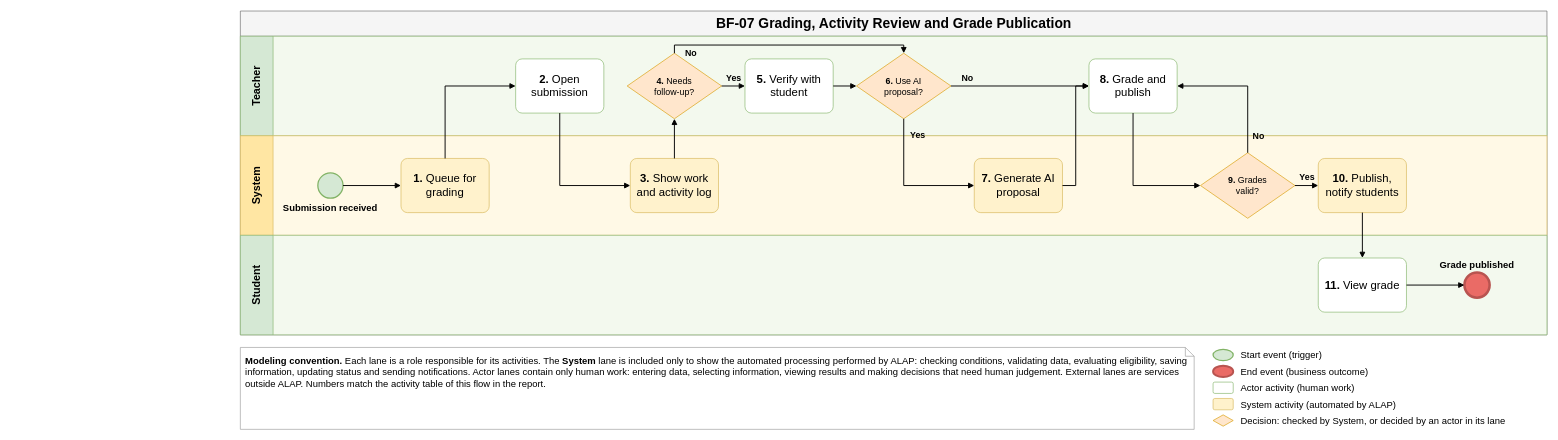
Above: aidlc-docs/inception/main-business-flows/BF-07-Grading-Activity-Review-and-Grade-Publication.drawio in hygef-v4/AI-Powered-Learning-Platform (draw.io), before the change. Source tidied: cells renumbered, new cells numbered last; positions are measured from the earlier drawing's top-left corner, leaving out a move shared by most shapes. Both pictures are drawn from the tidied source at 63%, with x=0, y=0 at pixel (240, 11).
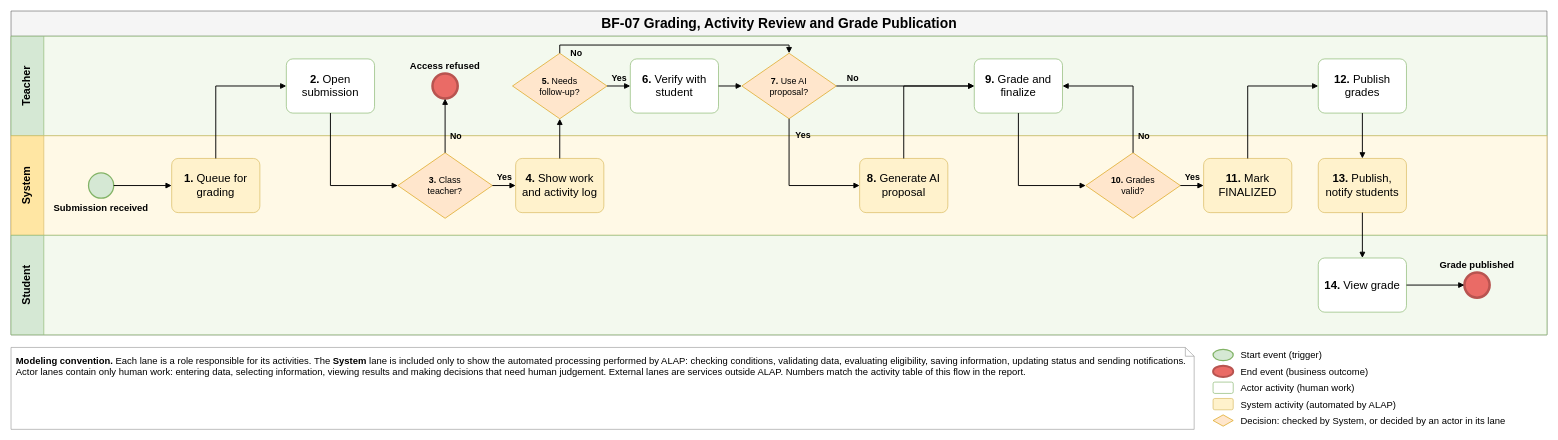
The same page after the edit.

Unchanged cells that the change refers to:
```xml
<mxCell id="7" value="&lt;b&gt;1.&lt;/b&gt; Queue for grading" style="rounded=1;whiteSpace=wrap;html=1;fillColor=#FFF2CC;strokeColor=#D6B656;fontSize=18;spacing=4;arcSize=12;" parent="4" vertex="1">
  <mxGeometry x="255" y="36" width="140" height="86" as="geometry" />
</mxCell>
<mxCell id="8" value="&lt;b&gt;2.&lt;/b&gt; Open submission" style="rounded=1;whiteSpace=wrap;html=1;fillColor=#FFFFFF;strokeColor=#82B366;fontSize=18;spacing=4;arcSize=12;" parent="3" vertex="1">
  <mxGeometry x="437" y="36" width="140" height="86" as="geometry" />
</mxCell>
```

Diff of the diagram source:
```diff
@@
     <mxCell id="2" value="BF-07 Grading, Activity Review and Grade Publication" style="swimlane;horizontal=1;startSize=40;html=1;fontSize=22;fontStyle=1;align=center;verticalAlign=middle;fillColor=#F5F5F5;strokeColor=#666666;" parent="1" vertex="1">
-      <mxGeometry width="2074" height="514" as="geometry" />
+      <mxGeometry x="-364" width="2438" height="514" as="geometry" />
     </mxCell>
     <mxCell id="3" value="Teacher" style="swimlane;startSize=52;horizontal=0;html=1;whiteSpace=wrap;fillColor=#D5E8D4;swimlaneFillColor=#F3F9EE;strokeColor=#82B366;fontSize=17;fontStyle=1;align=center;verticalAlign=middle;spacing=4;" parent="2" vertex="1">
-      <mxGeometry y="40" width="2074" height="158" as="geometry" />
+      <mxGeometry y="40" width="2438" height="158" as="geometry" />
     </mxCell>
     <mxCell id="4" value="System" style="swimlane;startSize=52;horizontal=0;html=1;whiteSpace=wrap;fillColor=#FFE6A3;swimlaneFillColor=#FFF9E6;strokeColor=#D6B656;fontSize=17;fontStyle=1;align=center;verticalAlign=middle;spacing=4;" parent="2" vertex="1">
-      <mxGeometry y="198" width="2074" height="158" as="geometry" />
+      <mxGeometry y="198" width="2438" height="158" as="geometry" />
     </mxCell>
     <mxCell id="5" value="Student" style="swimlane;startSize=52;horizontal=0;html=1;whiteSpace=wrap;fillColor=#D5E8D4;swimlaneFillColor=#F3F9EE;strokeColor=#82B366;fontSize=17;fontStyle=1;align=center;verticalAlign=middle;spacing=4;" parent="2" vertex="1">
-      <mxGeometry y="356" width="2074" height="158" as="geometry" />
+      <mxGeometry y="356" width="2438" height="158" as="geometry" />
     </mxCell>
@@
-    <mxCell id="9" value="&lt;b&gt;3.&lt;/b&gt; Show work and activity log" style="rounded=1;whiteSpace=wrap;html=1;fillColor=#FFF2CC;strokeColor=#D6B656;fontSize=18;spacing=4;arcSize=12;" parent="4" vertex="1">
-      <mxGeometry x="619" y="36" width="140" height="86" as="geometry" />
-    </mxCell>
-    <mxCell id="10" value="&lt;b&gt;4.&lt;/b&gt; Needs follow-up?" style="rhombus;whiteSpace=wrap;html=1;fillColor=#FFE6CC;strokeColor=#D79B00;fontSize=14;spacing=0;spacingLeft=26;spacingRight=26;" parent="3" vertex="1">
-      <mxGeometry x="614" y="27" width="150" height="104" as="geometry" />
-    </mxCell>
-    <mxCell id="11" value="&lt;b&gt;5.&lt;/b&gt; Verify with student" style="rounded=1;whiteSpace=wrap;html=1;fillColor=#FFFFFF;strokeColor=#82B366;fontSize=18;spacing=4;arcSize=12;" parent="3" vertex="1">
-      <mxGeometry x="801" y="36" width="140" height="86" as="geometry" />
-    </mxCell>
-    <mxCell id="12" value="&lt;b&gt;6.&lt;/b&gt; Use AI proposal?" style="rhombus;whiteSpace=wrap;html=1;fillColor=#FFE6CC;strokeColor=#D79B00;fontSize=14;spacing=0;spacingLeft=26;spacingRight=26;" parent="3" vertex="1">
-      <mxGeometry x="978" y="27" width="150" height="104" as="geometry" />
-    </mxCell>
-    <mxCell id="13" value="&lt;b&gt;7.&lt;/b&gt; Generate AI proposal" style="rounded=1;whiteSpace=wrap;html=1;fillColor=#FFF2CC;strokeColor=#D6B656;fontSize=18;spacing=4;arcSize=12;" parent="4" vertex="1">
-      <mxGeometry x="1165" y="36" width="140" height="86" as="geometry" />
-    </mxCell>
+    <mxCell id="45" value="&lt;b&gt;3.&lt;/b&gt; Class teacher?" style="rhombus;whiteSpace=wrap;html=1;fillColor=#FFE6CC;strokeColor=#D79B00;fontSize=14;spacing=0;spacingLeft=26;spacingRight=26;" parent="4" vertex="1">
+      <mxGeometry x="614" y="27" width="150" height="104" as="geometry" />
+    </mxCell>
+    <mxCell id="46" value="&lt;b&gt;4.&lt;/b&gt; Show work and activity log" style="rounded=1;whiteSpace=wrap;html=1;fillColor=#FFF2CC;strokeColor=#D6B656;fontSize=18;spacing=4;arcSize=12;" parent="4" vertex="1">
+      <mxGeometry x="801" y="36" width="140" height="86" as="geometry" />
+    </mxCell>
+    <mxCell id="47" value="&lt;b&gt;5.&lt;/b&gt; Needs follow-up?" style="rhombus;whiteSpace=wrap;html=1;fillColor=#FFE6CC;strokeColor=#D79B00;fontSize=14;spacing=0;spacingLeft=26;spacingRight=26;" parent="3" vertex="1">
+      <mxGeometry x="796" y="27" width="150" height="104" as="geometry" />
+    </mxCell>
+    <mxCell id="48" value="&lt;b&gt;6.&lt;/b&gt; Verify with student" style="rounded=1;whiteSpace=wrap;html=1;fillColor=#FFFFFF;strokeColor=#82B366;fontSize=18;spacing=4;arcSize=12;" parent="3" vertex="1">
+      <mxGeometry x="983" y="36" width="140" height="86" as="geometry" />
+    </mxCell>
+    <mxCell id="49" value="&lt;b&gt;7.&lt;/b&gt; Use AI proposal?" style="rhombus;whiteSpace=wrap;html=1;fillColor=#FFE6CC;strokeColor=#D79B00;fontSize=14;spacing=0;spacingLeft=26;spacingRight=26;" parent="3" vertex="1">
+      <mxGeometry x="1160" y="27" width="150" height="104" as="geometry" />
+    </mxCell>
-    <mxCell id="14" value="&lt;b&gt;8.&lt;/b&gt; Grade and publish" style="rounded=1;whiteSpace=wrap;html=1;fillColor=#FFFFFF;strokeColor=#82B366;fontSize=18;spacing=4;arcSize=12;" parent="3" vertex="1">
+    <mxCell id="14" value="&lt;b&gt;8.&lt;/b&gt; Generate AI proposal" style="rounded=1;whiteSpace=wrap;html=1;fillColor=#FFF2CC;strokeColor=#D6B656;fontSize=18;spacing=4;arcSize=12;" parent="4" vertex="1">
       <mxGeometry x="1347" y="36" width="140" height="86" as="geometry" />
     </mxCell>
-    <mxCell id="15" value="&lt;b&gt;9.&lt;/b&gt; Grades valid?" style="rhombus;whiteSpace=wrap;html=1;fillColor=#FFE6CC;strokeColor=#D79B00;fontSize=14;spacing=0;spacingLeft=26;spacingRight=26;" parent="4" vertex="1">
-      <mxGeometry x="1524" y="27" width="150" height="104" as="geometry" />
-    </mxCell>
-    <mxCell id="16" value="&lt;b&gt;10.&lt;/b&gt; Publish, notify students" style="rounded=1;whiteSpace=wrap;html=1;fillColor=#FFF2CC;strokeColor=#D6B656;fontSize=18;spacing=4;arcSize=12;" parent="4" vertex="1">
-      <mxGeometry x="1711" y="36" width="140" height="86" as="geometry" />
-    </mxCell>
+    <mxCell id="50" value="&lt;b&gt;9.&lt;/b&gt; Grade and finalize" style="rounded=1;whiteSpace=wrap;html=1;fillColor=#FFFFFF;strokeColor=#82B366;fontSize=18;spacing=4;arcSize=12;" parent="3" vertex="1">
+      <mxGeometry x="1529" y="36" width="140" height="86" as="geometry" />
+    </mxCell>
+    <mxCell id="51" value="&lt;b&gt;10.&lt;/b&gt; Grades valid?" style="rhombus;whiteSpace=wrap;html=1;fillColor=#FFE6CC;strokeColor=#D79B00;fontSize=14;spacing=0;spacingLeft=26;spacingRight=26;" parent="4" vertex="1">
+      <mxGeometry x="1706" y="27" width="150" height="104" as="geometry" />
+    </mxCell>
-    <mxCell id="17" value="&lt;b&gt;11.&lt;/b&gt; View grade" style="rounded=1;whiteSpace=wrap;html=1;fillColor=#FFFFFF;strokeColor=#82B366;fontSize=18;spacing=4;arcSize=12;" parent="5" vertex="1">
-      <mxGeometry x="1711" y="36" width="140" height="86" as="geometry" />
+    <mxCell id="17" value="&lt;b&gt;11.&lt;/b&gt; Mark FINALIZED" style="rounded=1;whiteSpace=wrap;html=1;fillColor=#FFF2CC;strokeColor=#D6B656;fontSize=18;spacing=4;arcSize=12;" parent="4" vertex="1">
+      <mxGeometry x="1893" y="36" width="140" height="86" as="geometry" />
     </mxCell>
+    <mxCell id="52" value="&lt;b&gt;12.&lt;/b&gt; Publish grades" style="rounded=1;whiteSpace=wrap;html=1;fillColor=#FFFFFF;strokeColor=#82B366;fontSize=18;spacing=4;arcSize=12;" parent="3" vertex="1">
+      <mxGeometry x="2075" y="36" width="140" height="86" as="geometry" />
+    </mxCell>
+    <mxCell id="53" value="&lt;b&gt;13.&lt;/b&gt; Publish, notify students" style="rounded=1;whiteSpace=wrap;html=1;fillColor=#FFF2CC;strokeColor=#D6B656;fontSize=18;spacing=4;arcSize=12;" parent="4" vertex="1">
+      <mxGeometry x="2075" y="36" width="140" height="86" as="geometry" />
+    </mxCell>
+    <mxCell id="54" value="&lt;b&gt;14.&lt;/b&gt; View grade" style="rounded=1;whiteSpace=wrap;html=1;fillColor=#FFFFFF;strokeColor=#82B366;fontSize=18;spacing=4;arcSize=12;" parent="5" vertex="1">
+      <mxGeometry x="2075" y="36" width="140" height="86" as="geometry" />
+    </mxCell>
+    <mxCell id="55" value="Access refused" style="ellipse;html=1;fillColor=#EA6B66;strokeColor=#B85450;strokeWidth=4;fontStyle=1;fontSize=15;whiteSpace=wrap;labelWidth=170;verticalLabelPosition=top;verticalAlign=bottom;labelPosition=center;align=center;" parent="3" vertex="1">
+      <mxGeometry x="669" y="59" width="40" height="40" as="geometry" />
+    </mxCell>
     <mxCell id="18" value="Grade published" style="ellipse;html=1;fillColor=#EA6B66;strokeColor=#B85450;strokeWidth=4;fontStyle=1;fontSize=15;whiteSpace=wrap;labelWidth=170;verticalLabelPosition=top;verticalAlign=bottom;labelPosition=center;align=center;" parent="5" vertex="1">
-      <mxGeometry x="1943" y="59" width="40" height="40" as="geometry" />
+      <mxGeometry x="2307" y="59" width="40" height="40" as="geometry" />
     </mxCell>
@@
     <mxCell id="20" style="edgeStyle=none;rounded=0;html=1;endArrow=block;endFill=1;strokeWidth=1.5;labelBackgroundColor=none;fontSize=14;fontStyle=1;align=center;exitX=0.5;exitY=0;exitDx=0;exitDy=0;entryX=0;entryY=0.5;entryDx=0;entryDy=0;" parent="1" edge="1" source="7" target="8">
       <mxGeometry relative="1" as="geometry">
         <Array as="points">
-          <mxPoint x="325" y="119" />
+          <mxPoint x="-39" y="119" />
         </Array>
       </mxGeometry>
     </mxCell>
-    <mxCell id="21" style="edgeStyle=none;rounded=0;html=1;endArrow=block;endFill=1;strokeWidth=1.5;labelBackgroundColor=none;fontSize=14;fontStyle=1;align=center;exitX=0.5;exitY=1;exitDx=0;exitDy=0;entryX=0;entryY=0.5;entryDx=0;entryDy=0;" parent="1" edge="1" source="8" target="9">
+    <mxCell id="21" style="edgeStyle=none;rounded=0;html=1;endArrow=block;endFill=1;strokeWidth=1.5;labelBackgroundColor=none;fontSize=14;fontStyle=1;align=center;exitX=0.5;exitY=1;exitDx=0;exitDy=0;entryX=0;entryY=0.5;entryDx=0;entryDy=0;" parent="1" edge="1" source="8" target="45">
       <mxGeometry relative="1" as="geometry">
         <Array as="points">
-          <mxPoint x="507" y="277" />
+          <mxPoint x="143" y="277" />
         </Array>
       </mxGeometry>
     </mxCell>
-    <mxCell id="22" style="edgeStyle=none;rounded=0;html=1;endArrow=block;endFill=1;strokeWidth=1.5;labelBackgroundColor=none;fontSize=14;fontStyle=1;align=center;exitX=0.5;exitY=0;exitDx=0;exitDy=0;entryX=0.5;entryY=1;entryDx=0;entryDy=0;" parent="1" edge="1" source="9" target="10">
-      <mxGeometry relative="1" as="geometry" />
+    <mxCell id="22" value="No" style="edgeStyle=none;rounded=0;html=1;endArrow=block;endFill=1;strokeWidth=1.5;labelBackgroundColor=none;fontSize=14;fontStyle=1;align=center;exitX=0.5;exitY=0;exitDx=0;exitDy=0;entryX=0.5;entryY=1;entryDx=0;entryDy=0;" parent="1" edge="1" source="45" target="55">
+      <mxGeometry x="-0.4" relative="1" as="geometry">
+        <mxPoint x="17" as="offset" />
+      </mxGeometry>
     </mxCell>
-    <mxCell id="23" value="Yes" style="edgeStyle=none;rounded=0;html=1;endArrow=block;endFill=1;strokeWidth=1.5;labelBackgroundColor=none;fontSize=14;fontStyle=1;align=center;exitX=1;exitY=0.5;exitDx=0;exitDy=0;entryX=0;entryY=0.5;entryDx=0;entryDy=0;" parent="1" edge="1" source="10" target="11">
+    <mxCell id="23" value="Yes" style="edgeStyle=none;rounded=0;html=1;endArrow=block;endFill=1;strokeWidth=1.5;labelBackgroundColor=none;fontSize=14;fontStyle=1;align=center;exitX=1;exitY=0.5;exitDx=0;exitDy=0;entryX=0;entryY=0.5;entryDx=0;entryDy=0;" parent="1" edge="1" source="45" target="46">
       <mxGeometry relative="1" as="geometry">
         <mxPoint y="-13" as="offset" />
       </mxGeometry>
     </mxCell>
-    <mxCell id="24" style="edgeStyle=none;rounded=0;html=1;endArrow=block;endFill=1;strokeWidth=1.5;labelBackgroundColor=none;fontSize=14;fontStyle=1;align=center;exitX=1;exitY=0.5;exitDx=0;exitDy=0;entryX=0;entryY=0.5;entryDx=0;entryDy=0;" parent="1" edge="1" source="11" target="12">
+    <mxCell id="24" style="edgeStyle=none;rounded=0;html=1;endArrow=block;endFill=1;strokeWidth=1.5;labelBackgroundColor=none;fontSize=14;fontStyle=1;align=center;exitX=0.5;exitY=0;exitDx=0;exitDy=0;entryX=0.5;entryY=1;entryDx=0;entryDy=0;" parent="1" edge="1" source="46" target="47">
       <mxGeometry relative="1" as="geometry" />
     </mxCell>
-    <mxCell id="25" value="No" style="edgeStyle=none;rounded=0;html=1;endArrow=block;endFill=1;strokeWidth=1.5;labelBackgroundColor=none;fontSize=14;fontStyle=1;align=center;exitX=0.5;exitY=0;exitDx=0;exitDy=0;entryX=0.5;entryY=0;entryDx=0;entryDy=0;" parent="1" edge="1" source="10" target="12">
-      <mxGeometry x="-0.8" relative="1" as="geometry">
-        <Array as="points">
-          <mxPoint x="689" y="54" />
-          <mxPoint x="1053" y="54" />
-        </Array>
-        <mxPoint y="13" as="offset" />
+    <mxCell id="25" value="Yes" style="edgeStyle=none;rounded=0;html=1;endArrow=block;endFill=1;strokeWidth=1.5;labelBackgroundColor=none;fontSize=14;fontStyle=1;align=center;exitX=1;exitY=0.5;exitDx=0;exitDy=0;entryX=0;entryY=0.5;entryDx=0;entryDy=0;" parent="1" edge="1" source="47" target="48">
+      <mxGeometry relative="1" as="geometry">
+        <mxPoint y="-13" as="offset" />
       </mxGeometry>
     </mxCell>
-    <mxCell id="26" value="Yes" style="edgeStyle=none;rounded=0;html=1;endArrow=block;endFill=1;strokeWidth=1.5;labelBackgroundColor=none;fontSize=14;fontStyle=1;align=center;exitX=0.5;exitY=1;exitDx=0;exitDy=0;entryX=0;entryY=0.5;entryDx=0;entryDy=0;" parent="1" edge="1" source="12" target="13">
-      <mxGeometry x="-0.76" relative="1" as="geometry">
+    <mxCell id="26" value="No" style="edgeStyle=none;rounded=0;html=1;endArrow=block;endFill=1;strokeWidth=1.5;labelBackgroundColor=none;fontSize=14;fontStyle=1;align=center;exitX=0.5;exitY=0;exitDx=0;exitDy=0;entryX=0.5;entryY=0;entryDx=0;entryDy=0;" parent="1" edge="1" source="47" target="49">
+      <mxGeometry x="-0.8" relative="1" as="geometry">
         <Array as="points">
-          <mxPoint x="1053" y="277" />
+          <mxPoint x="507" y="54" />
+          <mxPoint x="871" y="54" />
         </Array>
-        <mxPoint x="21.5" as="offset" />
+        <mxPoint y="13" as="offset" />
       </mxGeometry>
     </mxCell>
-    <mxCell id="27" value="No" style="edgeStyle=none;rounded=0;html=1;endArrow=block;endFill=1;strokeWidth=1.5;labelBackgroundColor=none;fontSize=14;fontStyle=1;align=center;exitX=1;exitY=0.5;exitDx=0;exitDy=0;entryX=0;entryY=0.5;entryDx=0;entryDy=0;" parent="1" edge="1" source="12" target="14">
-      <mxGeometry x="-0.76" relative="1" as="geometry">
-        <mxPoint y="-13" as="offset" />
-      </mxGeometry>
+    <mxCell id="27" style="edgeStyle=none;rounded=0;html=1;endArrow=block;endFill=1;strokeWidth=1.5;labelBackgroundColor=none;fontSize=14;fontStyle=1;align=center;exitX=1;exitY=0.5;exitDx=0;exitDy=0;entryX=0;entryY=0.5;entryDx=0;entryDy=0;" parent="1" edge="1" source="48" target="49">
+      <mxGeometry relative="1" as="geometry" />
     </mxCell>
-    <mxCell id="28" style="edgeStyle=none;rounded=0;html=1;endArrow=block;endFill=1;strokeWidth=1.5;labelBackgroundColor=none;fontSize=14;fontStyle=1;align=center;exitX=1;exitY=0.5;exitDx=0;exitDy=0;entryX=0;entryY=0.5;entryDx=0;entryDy=0;" parent="1" edge="1" source="13" target="14">
-      <mxGeometry relative="1" as="geometry">
-        <Array as="points">
-          <mxPoint x="1326" y="277" />
-          <mxPoint x="1326" y="119" />
-        </Array>
+    <mxCell id="28" value="No" style="edgeStyle=none;rounded=0;html=1;endArrow=block;endFill=1;strokeWidth=1.5;labelBackgroundColor=none;fontSize=14;fontStyle=1;align=center;exitX=1;exitY=0.5;exitDx=0;exitDy=0;entryX=0;entryY=0.5;entryDx=0;entryDy=0;" parent="1" edge="1" source="49" target="50">
+      <mxGeometry x="-0.76" relative="1" as="geometry">
+        <mxPoint y="-13" as="offset" />
       </mxGeometry>
     </mxCell>
-    <mxCell id="29" style="edgeStyle=none;rounded=0;html=1;endArrow=block;endFill=1;strokeWidth=1.5;labelBackgroundColor=none;fontSize=14;fontStyle=1;align=center;exitX=0.5;exitY=1;exitDx=0;exitDy=0;entryX=0;entryY=0.5;entryDx=0;entryDy=0;" parent="1" edge="1" source="14" target="15">
-      <mxGeometry relative="1" as="geometry">
+    <mxCell id="29" value="Yes" style="edgeStyle=none;rounded=0;html=1;endArrow=block;endFill=1;strokeWidth=1.5;labelBackgroundColor=none;fontSize=14;fontStyle=1;align=center;exitX=0.5;exitY=1;exitDx=0;exitDy=0;entryX=0;entryY=0.5;entryDx=0;entryDy=0;" parent="1" edge="1" source="49" target="14">
+      <mxGeometry x="-0.76" relative="1" as="geometry">
         <Array as="points">
-          <mxPoint x="1417" y="277" />
+          <mxPoint x="871" y="277" />
         </Array>
+        <mxPoint x="21.5" as="offset" />
       </mxGeometry>
     </mxCell>
-    <mxCell id="30" value="No" style="edgeStyle=none;rounded=0;html=1;endArrow=block;endFill=1;strokeWidth=1.5;labelBackgroundColor=none;fontSize=14;fontStyle=1;align=center;exitX=0.5;exitY=0;exitDx=0;exitDy=0;entryX=1;entryY=0.5;entryDx=0;entryDy=0;" parent="1" edge="1" source="15" target="14">
-      <mxGeometry x="-0.76" relative="1" as="geometry">
+    <mxCell id="30" style="edgeStyle=none;rounded=0;html=1;endArrow=block;endFill=1;strokeWidth=1.5;labelBackgroundColor=none;fontSize=14;fontStyle=1;align=center;exitX=0.5;exitY=0;exitDx=0;exitDy=0;entryX=0;entryY=0.5;entryDx=0;entryDy=0;" parent="1" edge="1" source="14" target="50">
+      <mxGeometry relative="1" as="geometry">
         <Array as="points">
-          <mxPoint x="1599" y="119" />
+          <mxPoint x="1053" y="119" />
         </Array>
-        <mxPoint x="17" as="offset" />
       </mxGeometry>
     </mxCell>
-    <mxCell id="31" value="Yes" style="edgeStyle=none;rounded=0;html=1;endArrow=block;endFill=1;strokeWidth=1.5;labelBackgroundColor=none;fontSize=14;fontStyle=1;align=center;exitX=1;exitY=0.5;exitDx=0;exitDy=0;entryX=0;entryY=0.5;entryDx=0;entryDy=0;" parent="1" edge="1" source="15" target="16">
+    <mxCell id="31" style="edgeStyle=none;rounded=0;html=1;endArrow=block;endFill=1;strokeWidth=1.5;labelBackgroundColor=none;fontSize=14;fontStyle=1;align=center;exitX=0.5;exitY=1;exitDx=0;exitDy=0;entryX=0;entryY=0.5;entryDx=0;entryDy=0;" parent="1" edge="1" source="50" target="51">
       <mxGeometry relative="1" as="geometry">
-        <mxPoint y="-13" as="offset" />
+        <Array as="points">
+          <mxPoint x="1235" y="277" />
+        </Array>
       </mxGeometry>
     </mxCell>
-    <mxCell id="32" style="edgeStyle=none;rounded=0;html=1;endArrow=block;endFill=1;strokeWidth=1.5;labelBackgroundColor=none;fontSize=14;fontStyle=1;align=center;exitX=0.5;exitY=1;exitDx=0;exitDy=0;entryX=0.5;entryY=0;entryDx=0;entryDy=0;" parent="1" edge="1" source="16" target="17">
-      <mxGeometry relative="1" as="geometry" />
+    <mxCell id="32" value="No" style="edgeStyle=none;rounded=0;html=1;endArrow=block;endFill=1;strokeWidth=1.5;labelBackgroundColor=none;fontSize=14;fontStyle=1;align=center;exitX=0.5;exitY=0;exitDx=0;exitDy=0;entryX=1;entryY=0.5;entryDx=0;entryDy=0;" parent="1" edge="1" source="51" target="50">
+      <mxGeometry x="-0.76" relative="1" as="geometry">
+        <Array as="points">
+          <mxPoint x="1417" y="119" />
+        </Array>
+        <mxPoint x="17" as="offset" />
+      </mxGeometry>
     </mxCell>
-    <mxCell id="33" style="edgeStyle=none;rounded=0;html=1;endArrow=block;endFill=1;strokeWidth=1.5;labelBackgroundColor=none;fontSize=14;fontStyle=1;align=center;exitX=1;exitY=0.5;exitDx=0;exitDy=0;entryX=0;entryY=0.5;entryDx=0;entryDy=0;" parent="1" edge="1" source="17" target="18">
-      <mxGeometry relative="1" as="geometry" />
+    <mxCell id="33" value="Yes" style="edgeStyle=none;rounded=0;html=1;endArrow=block;endFill=1;strokeWidth=1.5;labelBackgroundColor=none;fontSize=14;fontStyle=1;align=center;exitX=1;exitY=0.5;exitDx=0;exitDy=0;entryX=0;entryY=0.5;entryDx=0;entryDy=0;" parent="1" edge="1" source="51" target="17">
+      <mxGeometry relative="1" as="geometry">
+        <mxPoint y="-13" as="offset" />
+      </mxGeometry>
     </mxCell>
+    <mxCell id="56" style="edgeStyle=none;rounded=0;html=1;endArrow=block;endFill=1;strokeWidth=1.5;labelBackgroundColor=none;fontSize=14;fontStyle=1;align=center;exitX=0.5;exitY=0;exitDx=0;exitDy=0;entryX=0;entryY=0.5;entryDx=0;entryDy=0;" parent="1" edge="1" source="17" target="52">
+      <mxGeometry relative="1" as="geometry">
+        <Array as="points">
+          <mxPoint x="1599" y="119" />
+        </Array>
+      </mxGeometry>
+    </mxCell>
+    <mxCell id="57" style="edgeStyle=none;rounded=0;html=1;endArrow=block;endFill=1;strokeWidth=1.5;labelBackgroundColor=none;fontSize=14;fontStyle=1;align=center;exitX=0.5;exitY=1;exitDx=0;exitDy=0;entryX=0.5;entryY=0;entryDx=0;entryDy=0;" parent="1" edge="1" source="52" target="53">
+      <mxGeometry relative="1" as="geometry" />
+    </mxCell>
+    <mxCell id="58" style="edgeStyle=none;rounded=0;html=1;endArrow=block;endFill=1;strokeWidth=1.5;labelBackgroundColor=none;fontSize=14;fontStyle=1;align=center;exitX=0.5;exitY=1;exitDx=0;exitDy=0;entryX=0.5;entryY=0;entryDx=0;entryDy=0;" parent="1" edge="1" source="53" target="54">
+      <mxGeometry relative="1" as="geometry" />
+    </mxCell>
+    <mxCell id="59" style="edgeStyle=none;rounded=0;html=1;endArrow=block;endFill=1;strokeWidth=1.5;labelBackgroundColor=none;fontSize=14;fontStyle=1;align=center;exitX=1;exitY=0.5;exitDx=0;exitDy=0;entryX=0;entryY=0.5;entryDx=0;entryDy=0;" parent="1" edge="1" source="54" target="18">
+      <mxGeometry relative="1" as="geometry" />
+    </mxCell>
     <mxCell id="34" value="&lt;b&gt;Modeling convention.&lt;/b&gt; Each lane is a role responsible for its activities. The &lt;b&gt;System&lt;/b&gt; lane is included only to show the automated processing performed by ALAP: checking conditions, validating data, evaluating eligibility, saving information, updating status and sending notifications. Actor lanes contain only human work: entering data, selecting information, viewing results and making decisions that need human judgement. External lanes are services outside ALAP. Numbers match the activity table of this flow in the report." style="shape=note;whiteSpace=wrap;html=1;size=14;fillColor=#FFFFFF;strokeColor=#999999;fontSize=15;align=left;verticalAlign=top;spacing=8;" parent="1" vertex="1">
-      <mxGeometry y="534" width="1514" height="130" as="geometry" />
+      <mxGeometry x="-364" y="534" width="1878" height="130" as="geometry" />
     </mxCell>
```
